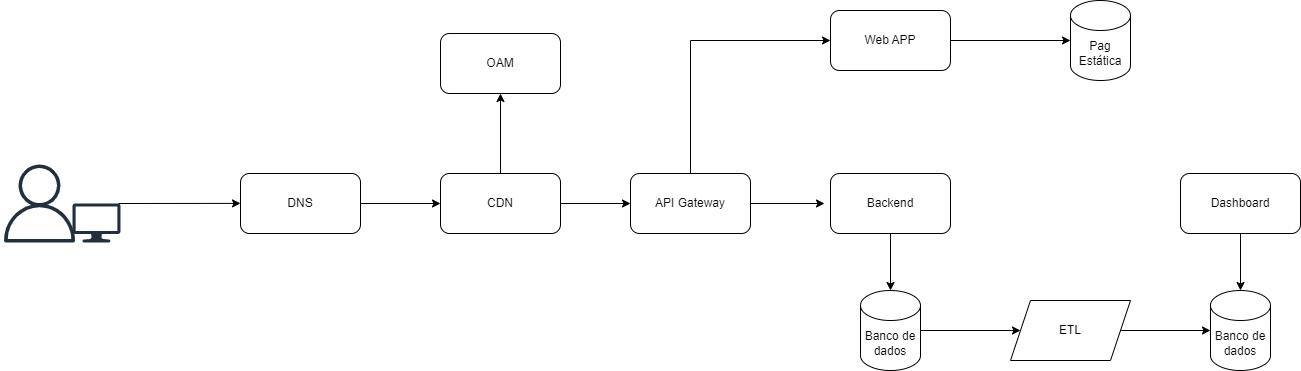
Before: images/arquitetura_omb-Arquitetura_solucao.drawio.png, a diagram exported from draw.io (JohnatanSantana/fiap_design_omb). Source tidied: cells renumbered, new cells last; positions are measured from the earlier drawing's top-left corner, leaving out a move shared by most shapes. The source it was exported from:
```xml
<mxGraphModel>
  <root>
    <mxCell id="0" />
    <mxCell id="1" parent="0" />
    <mxCell id="2" value="Web APP" style="rounded=1;whiteSpace=wrap;html=1;" parent="1" vertex="1">
      <mxGeometry x="830" y="10" width="120" height="60" as="geometry" />
    </mxCell>
    <mxCell id="3" value="Backend" style="rounded=1;whiteSpace=wrap;html=1;" parent="1" vertex="1">
      <mxGeometry x="830" y="173" width="120" height="60" as="geometry" />
    </mxCell>
    <mxCell id="4" style="edgeStyle=orthogonalEdgeStyle;rounded=0;jettySize=auto;html=1;entryX=0;entryY=0.5;entryDx=0;entryDy=0;" parent="1" edge="1" source="5" target="7">
      <mxGeometry relative="1" as="geometry" />
    </mxCell>
    <mxCell id="5" value="Banco de dados" style="shape=cylinder3;whiteSpace=wrap;html=1;boundedLbl=1;backgroundOutline=1;size=15;" parent="1" vertex="1">
      <mxGeometry x="860" y="290" width="60" height="80" as="geometry" />
    </mxCell>
    <mxCell id="6" style="edgeStyle=orthogonalEdgeStyle;rounded=0;jettySize=auto;html=1;entryX=0.5;entryY=0;entryDx=0;entryDy=0;entryPerimeter=0;" parent="1" edge="1" source="3" target="5">
      <mxGeometry relative="1" as="geometry" />
    </mxCell>
    <mxCell id="7" value="ETL" style="shape=parallelogram;perimeter=parallelogramPerimeter;whiteSpace=wrap;html=1;fixedSize=1;" parent="1" vertex="1">
      <mxGeometry x="1010" y="300" width="120" height="60" as="geometry" />
    </mxCell>
    <mxCell id="8" value="Banco de dados" style="shape=cylinder3;whiteSpace=wrap;html=1;boundedLbl=1;backgroundOutline=1;size=15;" parent="1" vertex="1">
      <mxGeometry x="1210" y="290" width="60" height="80" as="geometry" />
    </mxCell>
    <mxCell id="9" style="edgeStyle=orthogonalEdgeStyle;rounded=0;jettySize=auto;html=1;entryX=0;entryY=0.5;entryDx=0;entryDy=0;entryPerimeter=0;" parent="1" edge="1" source="7" target="8">
      <mxGeometry relative="1" as="geometry" />
    </mxCell>
    <mxCell id="10" value="Dashboard" style="rounded=1;whiteSpace=wrap;html=1;" parent="1" vertex="1">
      <mxGeometry x="1180" y="173" width="120" height="60" as="geometry" />
    </mxCell>
    <mxCell id="11" style="edgeStyle=orthogonalEdgeStyle;rounded=0;jettySize=auto;html=1;entryX=0.5;entryY=0;entryDx=0;entryDy=0;entryPerimeter=0;" parent="1" edge="1" source="10" target="8">
      <mxGeometry relative="1" as="geometry" />
    </mxCell>
    <mxCell id="12" style="edgeStyle=orthogonalEdgeStyle;rounded=0;jettySize=auto;html=1;entryX=0;entryY=0.5;entryDx=0;entryDy=0;" parent="1" edge="1" source="13" target="2">
      <mxGeometry relative="1" as="geometry">
        <Array as="points">
          <mxPoint x="690" y="40" />
        </Array>
      </mxGeometry>
    </mxCell>
    <mxCell id="13" value="API Gateway" style="rounded=1;whiteSpace=wrap;html=1;" parent="1" vertex="1">
      <mxGeometry x="630" y="173" width="120" height="60" as="geometry" />
    </mxCell>
    <mxCell id="14" style="edgeStyle=orthogonalEdgeStyle;rounded=0;jettySize=auto;html=1;entryX=0;entryY=0.5;entryDx=0;entryDy=0;" parent="1" edge="1" source="17" target="13">
      <mxGeometry relative="1" as="geometry" />
    </mxCell>
    <mxCell id="15" style="edgeStyle=orthogonalEdgeStyle;rounded=0;jettySize=auto;html=1;" parent="1" edge="1" source="17" target="21">
      <mxGeometry relative="1" as="geometry" />
    </mxCell>
    <mxCell id="16" style="edgeStyle=orthogonalEdgeStyle;rounded=0;jettySize=auto;html=1;startArrow=classic;startFill=1;endArrow=none;endFill=0;" parent="1" edge="1" source="17" target="23">
      <mxGeometry relative="1" as="geometry" />
    </mxCell>
    <mxCell id="17" value="CDN" style="rounded=1;whiteSpace=wrap;html=1;" parent="1" vertex="1">
      <mxGeometry x="440" y="173" width="120" height="60" as="geometry" />
    </mxCell>
    <mxCell id="18" style="edgeStyle=orthogonalEdgeStyle;rounded=0;jettySize=auto;html=1;entryX=-0.05;entryY=0.5;entryDx=0;entryDy=0;entryPerimeter=0;" parent="1" edge="1" source="13" target="3">
      <mxGeometry relative="1" as="geometry" />
    </mxCell>
    <mxCell id="19" value="Pag Estática" style="shape=cylinder3;whiteSpace=wrap;html=1;boundedLbl=1;backgroundOutline=1;size=15;" parent="1" vertex="1">
      <mxGeometry x="1070" width="60" height="80" as="geometry" />
    </mxCell>
    <mxCell id="20" style="edgeStyle=orthogonalEdgeStyle;rounded=0;jettySize=auto;html=1;entryX=0;entryY=0.5;entryDx=0;entryDy=0;entryPerimeter=0;" parent="1" edge="1" source="2" target="19">
      <mxGeometry relative="1" as="geometry" />
    </mxCell>
    <mxCell id="21" value="OAM" style="rounded=1;whiteSpace=wrap;html=1;" parent="1" vertex="1">
      <mxGeometry x="440" y="33" width="120" height="60" as="geometry" />
    </mxCell>
    <mxCell id="22" style="sketch=0;fontColor=#232F3E;gradientColor=none;fillColor=#232F3D;strokeColor=none;dashed=0;verticalLabelPosition=bottom;verticalAlign=top;align=center;html=1;fontSize=12;fontStyle=0;shape=mxgraph.aws4.user;" parent="1" vertex="1">
      <mxGeometry y="164" width="78" height="78" as="geometry" />
    </mxCell>
    <mxCell id="23" value="DNS" style="whiteSpace=wrap;html=1;rounded=1;" parent="1" vertex="1">
      <mxGeometry x="240" y="173" width="120" height="60" as="geometry" />
    </mxCell>
    <mxCell id="24" style="sketch=0;shadow=0;dashed=0;html=1;strokeColor=none;fillColor=#232F3D;labelPosition=center;verticalLabelPosition=bottom;verticalAlign=top;align=center;shape=mxgraph.office.devices.lcd_monitor;" parent="1" vertex="1">
      <mxGeometry x="72" y="203" width="48" height="39" as="geometry" />
    </mxCell>
    <mxCell id="25" style="endArrow=classic;html=1;rounded=0;entryX=0;entryY=0.498;entryDx=0;entryDy=0;entryPerimeter=0;" parent="1" edge="1" target="23">
      <mxGeometry relative="1" as="geometry">
        <mxPoint x="118" y="203" as="sourcePoint" />
      </mxGeometry>
    </mxCell>
  </root>
</mxGraphModel>
```
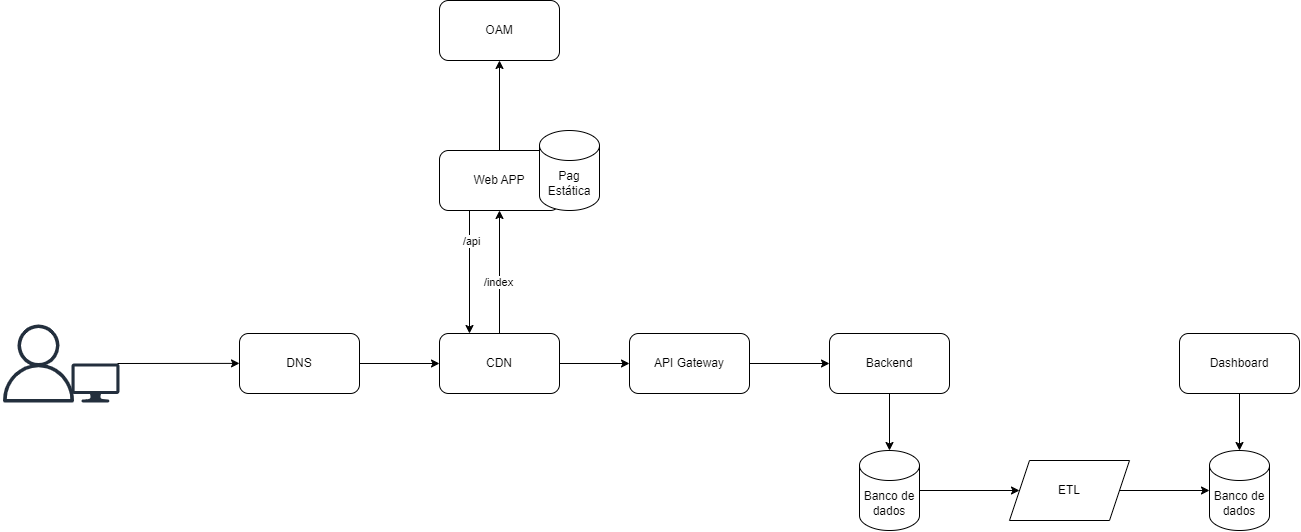
Above is the later version.

Commit message:
atualizando desenho

Change to the diagram source:
```diff
@@ -2,8 +2,22 @@
   <root>
     <mxCell id="0" />
     <mxCell id="1" parent="0" />
+    <mxCell id="26" style="edgeStyle=orthogonalEdgeStyle;rounded=0;jettySize=auto;html=1;entryX=0.5;entryY=1;entryDx=0;entryDy=0;" parent="1" edge="1" source="2" target="21">
+      <mxGeometry relative="1" as="geometry" />
+    </mxCell>
+    <mxCell id="27" style="edgeStyle=orthogonalEdgeStyle;rounded=0;jettySize=auto;html=1;entryX=0.25;entryY=0;entryDx=0;entryDy=0;" parent="1" edge="1" source="2" target="17">
+      <mxGeometry relative="1" as="geometry">
+        <Array as="points">
+          <mxPoint x="470" y="80" />
+          <mxPoint x="470" y="80" />
+        </Array>
+      </mxGeometry>
+    </mxCell>
+    <mxCell id="28" value="/api" style="edgeLabel;html=1;align=center;verticalAlign=middle;" parent="27" vertex="1">
+      <mxGeometry x="-0.52" y="1" relative="1" as="geometry" />
+    </mxCell>
     <mxCell id="2" value="Web APP" style="rounded=1;whiteSpace=wrap;html=1;" parent="1" vertex="1">
-      <mxGeometry x="830" y="10" width="120" height="60" as="geometry" />
+      <mxGeometry x="440" y="-10" width="120" height="60" as="geometry" />
     </mxCell>
     <mxCell id="3" value="Backend" style="rounded=1;whiteSpace=wrap;html=1;" parent="1" vertex="1">
       <mxGeometry x="830" y="173" width="120" height="60" as="geometry" />
@@ -32,39 +46,32 @@
     <mxCell id="11" style="edgeStyle=orthogonalEdgeStyle;rounded=0;jettySize=auto;html=1;entryX=0.5;entryY=0;entryDx=0;entryDy=0;entryPerimeter=0;" parent="1" edge="1" source="10" target="8">
       <mxGeometry relative="1" as="geometry" />
     </mxCell>
-    <mxCell id="12" style="edgeStyle=orthogonalEdgeStyle;rounded=0;jettySize=auto;html=1;entryX=0;entryY=0.5;entryDx=0;entryDy=0;" parent="1" edge="1" source="13" target="2">
-      <mxGeometry relative="1" as="geometry">
-        <Array as="points">
-          <mxPoint x="690" y="40" />
-        </Array>
-      </mxGeometry>
-    </mxCell>
+    <mxCell id="18" style="edgeStyle=orthogonalEdgeStyle;rounded=0;jettySize=auto;html=1;entryX=0;entryY=0.5;entryDx=0;entryDy=0;" parent="1" edge="1" source="13" target="3">
+      <mxGeometry relative="1" as="geometry" />
+    </mxCell>
     <mxCell id="13" value="API Gateway" style="rounded=1;whiteSpace=wrap;html=1;" parent="1" vertex="1">
       <mxGeometry x="630" y="173" width="120" height="60" as="geometry" />
     </mxCell>
     <mxCell id="14" style="edgeStyle=orthogonalEdgeStyle;rounded=0;jettySize=auto;html=1;entryX=0;entryY=0.5;entryDx=0;entryDy=0;" parent="1" edge="1" source="17" target="13">
       <mxGeometry relative="1" as="geometry" />
     </mxCell>
-    <mxCell id="15" style="edgeStyle=orthogonalEdgeStyle;rounded=0;jettySize=auto;html=1;" parent="1" edge="1" source="17" target="21">
-      <mxGeometry relative="1" as="geometry" />
-    </mxCell>
     <mxCell id="16" style="edgeStyle=orthogonalEdgeStyle;rounded=0;jettySize=auto;html=1;startArrow=classic;startFill=1;endArrow=none;endFill=0;" parent="1" edge="1" source="17" target="23">
       <mxGeometry relative="1" as="geometry" />
     </mxCell>
+    <mxCell id="29" style="edgeStyle=orthogonalEdgeStyle;rounded=0;jettySize=auto;html=1;entryX=0.5;entryY=1;entryDx=0;entryDy=0;" parent="1" edge="1" source="17" target="2">
+      <mxGeometry relative="1" as="geometry" />
+    </mxCell>
+    <mxCell id="30" value="/index" style="edgeLabel;html=1;align=center;verticalAlign=middle;" parent="29" vertex="1">
+      <mxGeometry x="-0.16" y="2" relative="1" as="geometry" />
+    </mxCell>
     <mxCell id="17" value="CDN" style="rounded=1;whiteSpace=wrap;html=1;" parent="1" vertex="1">
       <mxGeometry x="440" y="173" width="120" height="60" as="geometry" />
     </mxCell>
-    <mxCell id="18" style="edgeStyle=orthogonalEdgeStyle;rounded=0;jettySize=auto;html=1;entryX=-0.05;entryY=0.5;entryDx=0;entryDy=0;entryPerimeter=0;" parent="1" edge="1" source="13" target="3">
-      <mxGeometry relative="1" as="geometry" />
-    </mxCell>
     <mxCell id="19" value="Pag Estática" style="shape=cylinder3;whiteSpace=wrap;html=1;boundedLbl=1;backgroundOutline=1;size=15;" parent="1" vertex="1">
-      <mxGeometry x="1070" width="60" height="80" as="geometry" />
+      <mxGeometry x="540" y="-30" width="60" height="80" as="geometry" />
     </mxCell>
-    <mxCell id="20" style="edgeStyle=orthogonalEdgeStyle;rounded=0;jettySize=auto;html=1;entryX=0;entryY=0.5;entryDx=0;entryDy=0;entryPerimeter=0;" parent="1" edge="1" source="2" target="19">
-      <mxGeometry relative="1" as="geometry" />
-    </mxCell>
     <mxCell id="21" value="OAM" style="rounded=1;whiteSpace=wrap;html=1;" parent="1" vertex="1">
-      <mxGeometry x="440" y="33" width="120" height="60" as="geometry" />
+      <mxGeometry x="440" y="-160" width="120" height="60" as="geometry" />
     </mxCell>
     <mxCell id="22" style="sketch=0;fontColor=#232F3E;gradientColor=none;fillColor=#232F3D;strokeColor=none;dashed=0;verticalLabelPosition=bottom;verticalAlign=top;align=center;html=1;fontSize=12;fontStyle=0;shape=mxgraph.aws4.user;" parent="1" vertex="1">
       <mxGeometry y="164" width="78" height="78" as="geometry" />
```
